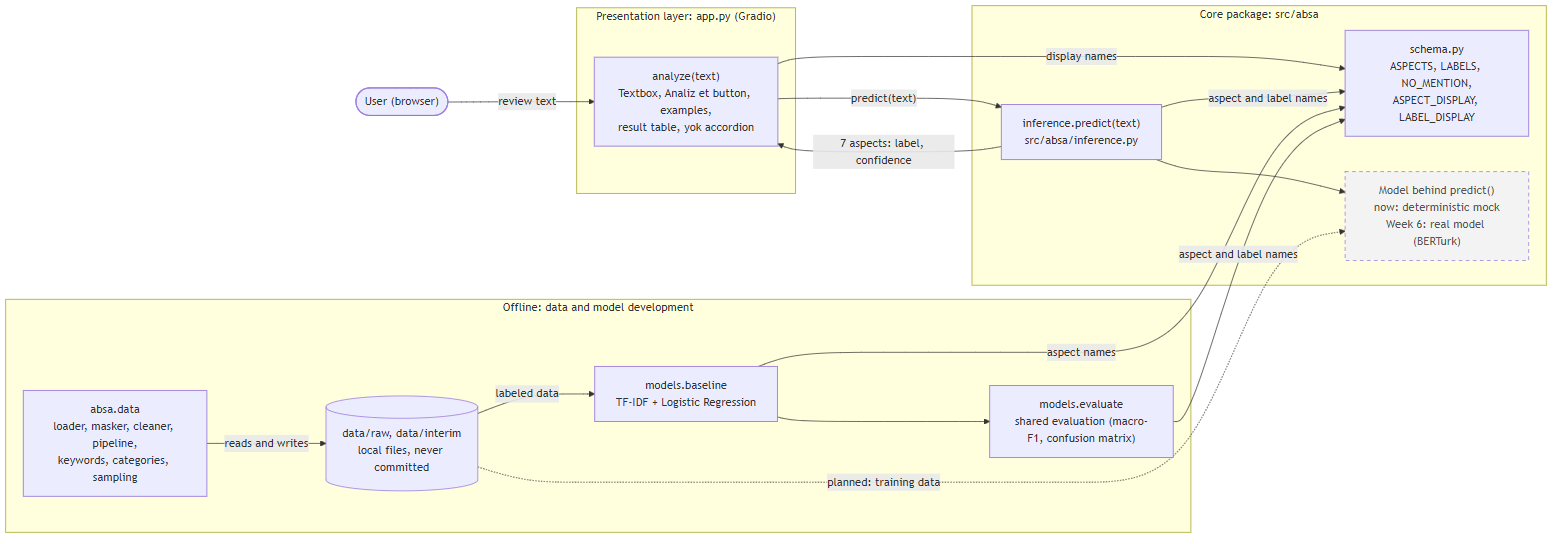
Above: docs/design/img/architecture.png in ozananr/turkish-product-absa (Mermaid), before the change. Its source is kept beside it as docs/design/src/architecture.mmd. The source it was exported from:
```mermaid
flowchart LR
    user(["User (browser)"])

    subgraph ui["Presentation layer: app.py (Gradio)"]
        analyze["analyze(text)\nTextbox, Analiz et button, examples,\nresult table, yok accordion"]
    end

    subgraph core["Core package: src/absa"]
        predict["inference.predict(text)\nsrc/absa/inference.py"]
        schema["schema.py\nASPECTS, LABELS, NO_MENTION,\nASPECT_DISPLAY, LABEL_DISPLAY"]
        model["Model behind predict()\nnow: deterministic mock\nWeek 6: real model (BERTurk)"]
    end

    subgraph offline["Offline: data and model development"]
        data["absa.data\nloader, masker, cleaner, pipeline,\nkeywords, categories, sampling"]
        files[("data/raw, data/interim\nlocal files, never committed")]
        baseline["models.baseline\nTF-IDF + Logistic Regression"]
        evaluate["models.evaluate\nshared evaluation (macro-F1, confusion matrix)"]
    end

    user -->|"review text"| analyze
    analyze -->|"predict(text)"| predict
    predict -->|"7 aspects: label, confidence"| analyze
    analyze -->|"display names"| schema
    predict -->|"aspect and label names"| schema
    predict --> model

    data -->|"reads and writes"| files
    files -->|"labeled data"| baseline
    baseline --> evaluate
    baseline -->|"aspect names"| schema
    evaluate -->|"aspect and label names"| schema
    files -.->|"planned: training data"| model

    classDef planned stroke-dasharray: 5 5,fill:#f3f3f3,color:#555
    class model planned
```
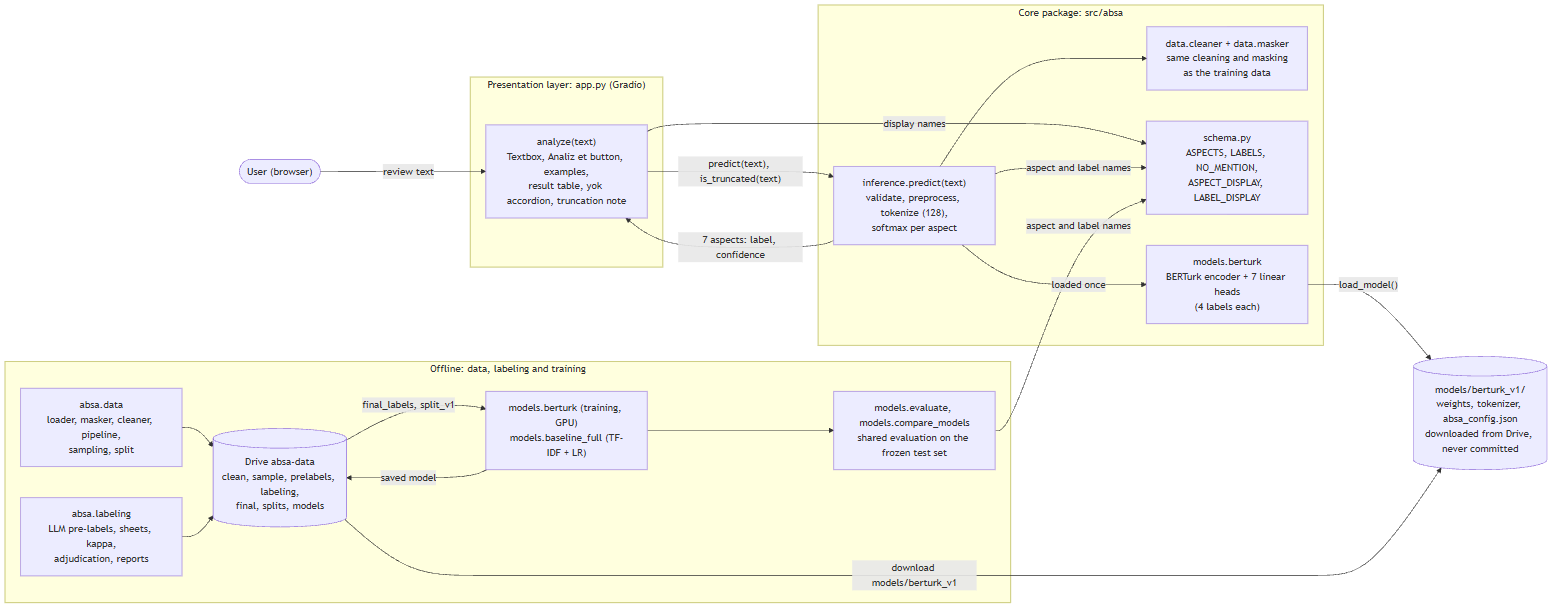
After the commit.

Change to the diagram source:
```diff
@@ -2,35 +2,39 @@
     user(["User (browser)"])
 
     subgraph ui["Presentation layer: app.py (Gradio)"]
-        analyze["analyze(text)\nTextbox, Analiz et button, examples,\nresult table, yok accordion"]
+        analyze["analyze(text)\nTextbox, Analiz et button, examples,\nresult table, yok accordion, truncation note"]
     end
 
     subgraph core["Core package: src/absa"]
-        predict["inference.predict(text)\nsrc/absa/inference.py"]
+        predict["inference.predict(text)\nvalidate, preprocess, tokenize (128),\nsoftmax per aspect"]
+        prep["data.cleaner + data.masker\nsame cleaning and masking\nas the training data"]
         schema["schema.py\nASPECTS, LABELS, NO_MENTION,\nASPECT_DISPLAY, LABEL_DISPLAY"]
-        model["Model behind predict()\nnow: deterministic mock\nWeek 6: real model (BERTurk)"]
+        berturk["models.berturk\nBERTurk encoder + 7 linear heads\n(4 labels each)"]
     end
 
-    subgraph offline["Offline: data and model development"]
-        data["absa.data\nloader, masker, cleaner, pipeline,\nkeywords, categories, sampling"]
-        files[("data/raw, data/interim\nlocal files, never committed")]
-        baseline["models.baseline\nTF-IDF + Logistic Regression"]
-        evaluate["models.evaluate\nshared evaluation (macro-F1, confusion matrix)"]
+    weights[("models/berturk_v1/\nweights, tokenizer, absa_config.json\ndownloaded from Drive, never committed")]
+
+    subgraph offline["Offline: data, labeling and training"]
+        data["absa.data\nloader, masker, cleaner, pipeline,\nsampling, split"]
+        labeling["absa.labeling\nLLM pre-labels, sheets, kappa,\nadjudication, reports"]
+        files[("Drive absa-data\nclean, sample, prelabels, labeling,\nfinal, splits, models")]
+        train["models.berturk (training, GPU)\nmodels.baseline_full (TF-IDF + LR)"]
+        evaluate["models.evaluate, models.compare_models\nshared evaluation on the frozen test set"]
     end
 
     user -->|"review text"| analyze
-    analyze -->|"predict(text)"| predict
+    analyze -->|"predict(text), is_truncated(text)"| predict
     predict -->|"7 aspects: label, confidence"| analyze
     analyze -->|"display names"| schema
+    predict --> prep
+    predict -->|"loaded once"| berturk
+    berturk -->|"load_model()"| weights
     predict -->|"aspect and label names"| schema
-    predict --> model
 
-    data -->|"reads and writes"| files
-    files -->|"labeled data"| baseline
-    baseline --> evaluate
-    baseline -->|"aspect names"| schema
+    data --> files
+    labeling --> files
+    files -->|"final_labels, split_v1"| train
+    train --> evaluate
+    train -->|"saved model"| files
+    files -->|"download models/berturk_v1"| weights
     evaluate -->|"aspect and label names"| schema
-    files -.->|"planned: training data"| model
-
-    classDef planned stroke-dasharray: 5 5,fill:#f3f3f3,color:#555
-    class model planned
```
